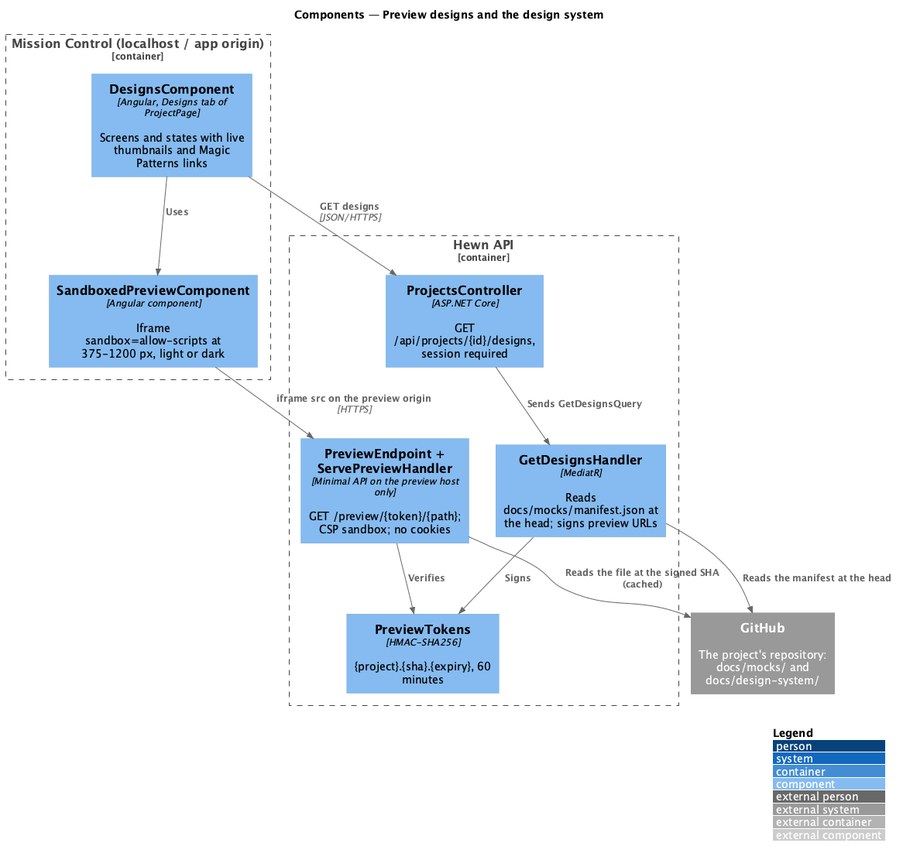
Above: docs/detailed-designs/mission-control/preview-designs/diagrams/c4-component.png in QuinntyneBrown/hewn (PlantUML), before the change.
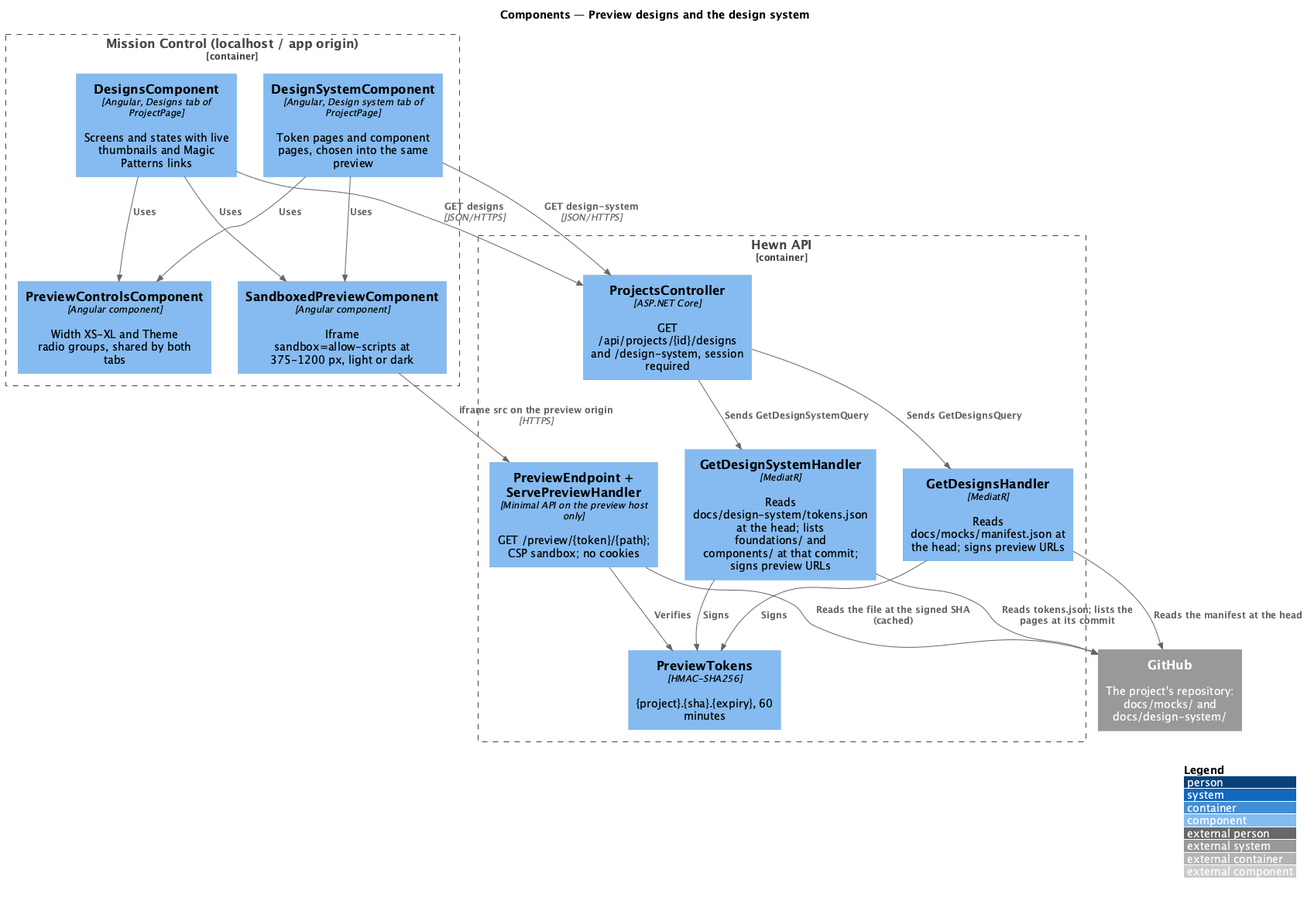
After the change.

What changed in the source:
```diff
@@ -6,16 +6,26 @@
 System_Ext(gh, "GitHub", "The project's repository: docs/mocks/ and docs/design-system/")
 Container_Boundary(spa_b, "Mission Control (localhost / app origin)") {
   Component(designs, "DesignsComponent", "Angular, Designs tab of ProjectPage", "Screens and states with live thumbnails and Magic Patterns links")
+  Component(ds, "DesignSystemComponent", "Angular, Design system tab of ProjectPage", "Token pages and component pages, chosen into the same preview")
+  Component(ctl, "PreviewControlsComponent", "Angular component", "Width XS-XL and Theme radio groups, shared by both tabs")
   Component(prev, "SandboxedPreviewComponent", "Angular component", "Iframe sandbox=allow-scripts at 375-1200 px, light or dark")
 }
 Container_Boundary(api_b, "Hewn API") {
-  Component(ctrl, "ProjectsController", "ASP.NET Core", "GET /api/projects/{id}/designs, session required")
+  Component(ctrl, "ProjectsController", "ASP.NET Core", "GET /api/projects/{id}/designs and /design-system, session required")
   Component(list, "GetDesignsHandler", "MediatR", "Reads docs/mocks/manifest.json at the head; signs preview URLs")
+  Component(dsl, "GetDesignSystemHandler", "MediatR", "Reads docs/design-system/tokens.json at the head; lists foundations/ and components/ at that commit; signs preview URLs")
   Component(tok, "PreviewTokens", "HMAC-SHA256", "{project}.{sha}.{expiry}, 60 minutes")
   Component(host, "PreviewEndpoint + ServePreviewHandler", "Minimal API on the preview host only", "GET /preview/{token}/{path}; CSP sandbox; no cookies")
 }
 
 Rel(designs, prev, "Uses")
+Rel(designs, ctl, "Uses")
+Rel(ds, prev, "Uses")
+Rel(ds, ctl, "Uses")
+Rel(ds, ctrl, "GET design-system", "JSON/HTTPS")
+Rel(ctrl, dsl, "Sends GetDesignSystemQuery")
+Rel(dsl, tok, "Signs")
+Rel(dsl, gh, "Reads tokens.json; lists the pages at its commit")
 Rel(designs, ctrl, "GET designs", "JSON/HTTPS")
 Rel(ctrl, list, "Sends GetDesignsQuery")
 Rel(list, tok, "Signs")
```
